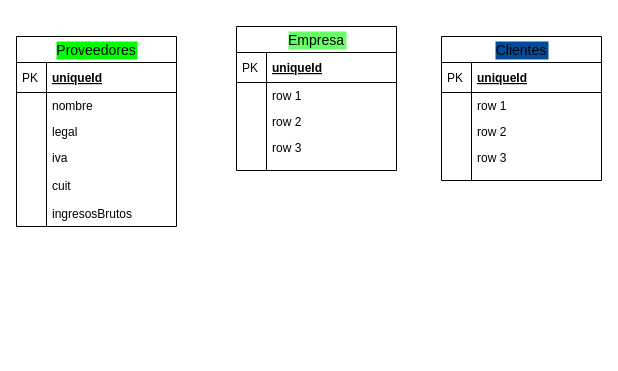
The draw.io diagram Untitled Diagram.drawio in nataliaMarzec/sac, before the edit. Source tidied: cells renumbered, new cells numbered last; positions are measured from the earlier drawing's top-left corner, leaving out a move shared by most shapes. Both pictures are drawn from the tidied source at 100%, with x=0, y=0 at pixel (16, 26).
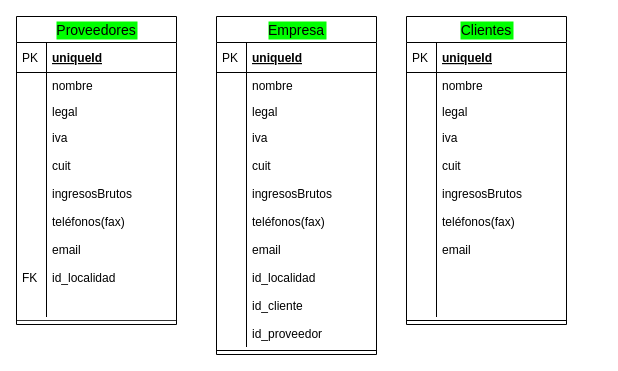
The same page after the edit.

Change to the diagram source:
```diff
@@
-    <mxCell id="2" value="Clientes" style="swimlane;fontStyle=0;horizontal=1;startSize=26;align=center;fontSize=14;labelBackgroundColor=#004C99;" parent="1" vertex="1">
-      <mxGeometry x="425" y="10" width="160" height="144" as="geometry" />
-    </mxCell>
-    <mxCell id="3" value="uniqueId" style="shape=partialRectangle;top=0;left=0;right=0;bottom=1;align=left;verticalAlign=middle;fillColor=none;spacingLeft=34;spacingRight=4;overflow=hidden;fontStyle=5;fontSize=12;" parent="2" vertex="1">
-      <mxGeometry y="26" width="160" height="30" as="geometry" />
-    </mxCell>
-    <mxCell id="4" value="PK" style="shape=partialRectangle;top=0;left=0;bottom=0;fillColor=none;align=left;verticalAlign=middle;spacingLeft=4;spacingRight=4;overflow=hidden;fontSize=12;" parent="3" vertex="1">
-      <mxGeometry width="30" height="30" as="geometry" />
-    </mxCell>
-    <mxCell id="5" value="row 1" style="shape=partialRectangle;top=0;left=0;right=0;bottom=0;align=left;verticalAlign=top;fillColor=none;spacingLeft=34;spacingRight=4;overflow=hidden;fontSize=12;" parent="2" vertex="1">
-      <mxGeometry y="56" width="160" height="26" as="geometry" />
-    </mxCell>
-    <mxCell id="6" style="shape=partialRectangle;top=0;left=0;bottom=0;fillColor=none;align=left;verticalAlign=top;spacingLeft=4;spacingRight=4;overflow=hidden;fontSize=12;" parent="5" vertex="1">
-      <mxGeometry width="30" height="26" as="geometry" />
-    </mxCell>
-    <mxCell id="7" value="row 2" style="shape=partialRectangle;top=0;left=0;right=0;bottom=0;align=left;verticalAlign=top;fillColor=none;spacingLeft=34;spacingRight=4;overflow=hidden;fontSize=12;" parent="2" vertex="1">
-      <mxGeometry y="82" width="160" height="26" as="geometry" />
-    </mxCell>
-    <mxCell id="8" style="shape=partialRectangle;top=0;left=0;bottom=0;fillColor=none;align=left;verticalAlign=top;spacingLeft=4;spacingRight=4;overflow=hidden;fontSize=12;" parent="7" vertex="1">
-      <mxGeometry width="30" height="26" as="geometry" />
-    </mxCell>
-    <mxCell id="9" value="row 3" style="shape=partialRectangle;top=0;left=0;right=0;bottom=0;align=left;verticalAlign=top;fillColor=none;spacingLeft=34;spacingRight=4;overflow=hidden;fontSize=12;" parent="2" vertex="1">
-      <mxGeometry y="108" width="160" height="26" as="geometry" />
-    </mxCell>
-    <mxCell id="10" style="shape=partialRectangle;top=0;left=0;bottom=0;fillColor=none;align=left;verticalAlign=top;spacingLeft=4;spacingRight=4;overflow=hidden;fontSize=12;" parent="9" vertex="1">
-      <mxGeometry width="30" height="26" as="geometry" />
-    </mxCell>
-    <mxCell id="11" style="shape=partialRectangle;top=0;left=0;right=0;bottom=0;align=left;verticalAlign=top;fillColor=none;spacingLeft=34;spacingRight=4;overflow=hidden;fontSize=12;" parent="2" vertex="1">
-      <mxGeometry y="134" width="160" height="10" as="geometry" />
-    </mxCell>
-    <mxCell id="12" style="shape=partialRectangle;top=0;left=0;bottom=0;fillColor=none;align=left;verticalAlign=top;spacingLeft=4;spacingRight=4;overflow=hidden;fontSize=12;" parent="11" vertex="1">
-      <mxGeometry width="30" height="10" as="geometry" />
-    </mxCell>
-    <mxCell id="13" value="Empresa" style="swimlane;fontStyle=0;horizontal=1;startSize=26;align=center;fontSize=14;labelBackgroundColor=#66FF66;" parent="1" vertex="1">
-      <mxGeometry x="220" width="160" height="144" as="geometry" />
-    </mxCell>
-    <mxCell id="14" value="uniqueId" style="shape=partialRectangle;top=0;left=0;right=0;bottom=1;align=left;verticalAlign=middle;fillColor=none;spacingLeft=34;spacingRight=4;overflow=hidden;fontStyle=5;fontSize=12;" parent="13" vertex="1">
-      <mxGeometry y="26" width="160" height="30" as="geometry" />
-    </mxCell>
-    <mxCell id="15" value="PK" style="shape=partialRectangle;top=0;left=0;bottom=0;fillColor=none;align=left;verticalAlign=middle;spacingLeft=4;spacingRight=4;overflow=hidden;fontSize=12;" parent="14" vertex="1">
-      <mxGeometry width="30" height="30" as="geometry" />
-    </mxCell>
-    <mxCell id="16" value="row 1" style="shape=partialRectangle;top=0;left=0;right=0;bottom=0;align=left;verticalAlign=top;fillColor=none;spacingLeft=34;spacingRight=4;overflow=hidden;fontSize=12;" parent="13" vertex="1">
-      <mxGeometry y="56" width="160" height="26" as="geometry" />
-    </mxCell>
-    <mxCell id="17" style="shape=partialRectangle;top=0;left=0;bottom=0;fillColor=none;align=left;verticalAlign=top;spacingLeft=4;spacingRight=4;overflow=hidden;fontSize=12;" parent="16" vertex="1">
-      <mxGeometry width="30" height="26" as="geometry" />
-    </mxCell>
-    <mxCell id="18" value="row 2" style="shape=partialRectangle;top=0;left=0;right=0;bottom=0;align=left;verticalAlign=top;fillColor=none;spacingLeft=34;spacingRight=4;overflow=hidden;fontSize=12;" parent="13" vertex="1">
-      <mxGeometry y="82" width="160" height="26" as="geometry" />
-    </mxCell>
-    <mxCell id="19" style="shape=partialRectangle;top=0;left=0;bottom=0;fillColor=none;align=left;verticalAlign=top;spacingLeft=4;spacingRight=4;overflow=hidden;fontSize=12;" parent="18" vertex="1">
-      <mxGeometry width="30" height="26" as="geometry" />
-    </mxCell>
-    <mxCell id="20" value="row 3" style="shape=partialRectangle;top=0;left=0;right=0;bottom=0;align=left;verticalAlign=top;fillColor=none;spacingLeft=34;spacingRight=4;overflow=hidden;fontSize=12;" parent="13" vertex="1">
-      <mxGeometry y="108" width="160" height="26" as="geometry" />
-    </mxCell>
-    <mxCell id="21" style="shape=partialRectangle;top=0;left=0;bottom=0;fillColor=none;align=left;verticalAlign=top;spacingLeft=4;spacingRight=4;overflow=hidden;fontSize=12;" parent="20" vertex="1">
-      <mxGeometry width="30" height="26" as="geometry" />
-    </mxCell>
-    <mxCell id="22" style="shape=partialRectangle;top=0;left=0;right=0;bottom=0;align=left;verticalAlign=top;fillColor=none;spacingLeft=34;spacingRight=4;overflow=hidden;fontSize=12;" parent="13" vertex="1">
-      <mxGeometry y="134" width="160" height="10" as="geometry" />
-    </mxCell>
-    <mxCell id="23" style="shape=partialRectangle;top=0;left=0;bottom=0;fillColor=none;align=left;verticalAlign=top;spacingLeft=4;spacingRight=4;overflow=hidden;fontSize=12;" parent="22" vertex="1">
-      <mxGeometry width="30" height="10" as="geometry" />
-    </mxCell>
     <mxCell id="24" value="Proveedores" style="swimlane;fontStyle=0;horizontal=1;startSize=26;align=center;fontSize=14;labelBackgroundColor=#00FF00;" parent="1" vertex="1">
-      <mxGeometry y="10" width="160" height="190" as="geometry" />
+      <mxGeometry y="-10" width="160" height="308" as="geometry" />
     </mxCell>
@@
-    <mxCell id="31" value="iva&#10;&#10;cuit&#10;&#10;ingresosBrutos" style="shape=partialRectangle;top=0;left=0;right=0;bottom=0;align=left;verticalAlign=top;fillColor=none;spacingLeft=34;spacingRight=4;overflow=hidden;fontSize=12;" parent="24" vertex="1">
-      <mxGeometry y="108" width="160" height="82" as="geometry" />
+    <mxCell id="31" value="iva&#10;&#10;cuit&#10;&#10;ingresosBrutos&#10;&#10;teléfonos(fax)&#10;&#10;email&#10;&#10;id_localidad&#10;" style="shape=partialRectangle;top=0;left=0;right=0;bottom=0;align=left;verticalAlign=top;fillColor=none;spacingLeft=34;spacingRight=4;overflow=hidden;fontSize=12;" parent="24" vertex="1">
+      <mxGeometry y="108" width="160" height="192" as="geometry" />
     </mxCell>
-    <mxCell id="32" style="shape=partialRectangle;top=0;left=0;bottom=0;fillColor=none;align=left;verticalAlign=top;spacingLeft=4;spacingRight=4;overflow=hidden;fontSize=12;" parent="31" vertex="1">
-      <mxGeometry width="30" height="82" as="geometry" />
+    <mxCell id="32" value="&#10;&#10;&#10;&#10;&#10;&#10;&#10;&#10;&#10;&#10;FK" style="shape=partialRectangle;top=0;left=0;bottom=0;fillColor=none;align=left;verticalAlign=top;spacingLeft=4;spacingRight=4;overflow=hidden;fontSize=12;" parent="31" vertex="1">
+      <mxGeometry width="30" height="192" as="geometry" />
     </mxCell>
+    <mxCell id="33" style="line;strokeWidth=1;fillColor=none;align=left;verticalAlign=middle;spacingTop=-1;spacingLeft=3;spacingRight=3;labelPosition=right;fontSize=12;labelBackgroundColor=#004C99;opacity=80;" parent="24" vertex="1">
+      <mxGeometry y="300" width="160" height="8" as="geometry" />
+    </mxCell>
+    <mxCell id="13" value="Empresa" style="swimlane;fontStyle=0;horizontal=1;startSize=26;align=center;fontSize=14;labelBackgroundColor=#00FF00;" parent="1" vertex="1">
+      <mxGeometry x="200" y="-10" width="160" height="338" as="geometry" />
+    </mxCell>
+    <mxCell id="34" value="uniqueId" style="shape=partialRectangle;top=0;left=0;right=0;bottom=1;align=left;verticalAlign=middle;fillColor=none;spacingLeft=34;spacingRight=4;overflow=hidden;fontStyle=5;fontSize=12;" parent="13" vertex="1">
+      <mxGeometry y="26" width="160" height="30" as="geometry" />
+    </mxCell>
+    <mxCell id="35" value="PK" style="shape=partialRectangle;top=0;left=0;bottom=0;fillColor=none;align=left;verticalAlign=middle;spacingLeft=4;spacingRight=4;overflow=hidden;fontSize=12;" parent="34" vertex="1">
+      <mxGeometry width="30" height="30" as="geometry" />
+    </mxCell>
+    <mxCell id="36" value="nombre&#10;" style="shape=partialRectangle;top=0;left=0;right=0;bottom=0;align=left;verticalAlign=top;fillColor=none;spacingLeft=34;spacingRight=4;overflow=hidden;fontSize=12;" parent="13" vertex="1">
+      <mxGeometry y="56" width="160" height="26" as="geometry" />
+    </mxCell>
+    <mxCell id="37" style="shape=partialRectangle;top=0;left=0;bottom=0;fillColor=none;align=left;verticalAlign=top;spacingLeft=4;spacingRight=4;overflow=hidden;fontSize=12;" parent="36" vertex="1">
+      <mxGeometry width="30" height="26" as="geometry" />
+    </mxCell>
+    <mxCell id="38" value="legal" style="shape=partialRectangle;top=0;left=0;right=0;bottom=0;align=left;verticalAlign=top;fillColor=none;spacingLeft=34;spacingRight=4;overflow=hidden;fontSize=12;" parent="13" vertex="1">
+      <mxGeometry y="82" width="160" height="26" as="geometry" />
+    </mxCell>
+    <mxCell id="39" style="shape=partialRectangle;top=0;left=0;bottom=0;fillColor=none;align=left;verticalAlign=top;spacingLeft=4;spacingRight=4;overflow=hidden;fontSize=12;" parent="38" vertex="1">
+      <mxGeometry width="30" height="26" as="geometry" />
+    </mxCell>
+    <mxCell id="40" value="iva&#10;&#10;cuit&#10;&#10;ingresosBrutos&#10;&#10;teléfonos(fax)&#10;&#10;email&#10;&#10;id_localidad&#10;&#10;id_cliente&#10;&#10;id_proveedor&#10; " style="shape=partialRectangle;top=0;left=0;right=0;bottom=0;align=left;verticalAlign=top;fillColor=none;spacingLeft=34;spacingRight=4;overflow=hidden;fontSize=12;" parent="13" vertex="1">
+      <mxGeometry y="108" width="160" height="222" as="geometry" />
+    </mxCell>
+    <mxCell id="41" style="shape=partialRectangle;top=0;left=0;bottom=0;fillColor=none;align=left;verticalAlign=top;spacingLeft=4;spacingRight=4;overflow=hidden;fontSize=12;" parent="40" vertex="1">
+      <mxGeometry width="30" height="222" as="geometry" />
+    </mxCell>
+    <mxCell id="42" style="line;strokeWidth=1;fillColor=none;align=left;verticalAlign=middle;spacingTop=-1;spacingLeft=3;spacingRight=3;labelPosition=right;fontSize=12;labelBackgroundColor=#004C99;" parent="13" vertex="1">
+      <mxGeometry y="330" width="160" height="8" as="geometry" />
+    </mxCell>
+    <mxCell id="2" value="Clientes" style="swimlane;fontStyle=0;horizontal=1;startSize=26;align=center;fontSize=14;labelBackgroundColor=#00FF00;" parent="1" vertex="1">
+      <mxGeometry x="390" y="-10" width="160" height="308" as="geometry" />
+    </mxCell>
+    <mxCell id="43" value="uniqueId" style="shape=partialRectangle;top=0;left=0;right=0;bottom=1;align=left;verticalAlign=middle;fillColor=none;spacingLeft=34;spacingRight=4;overflow=hidden;fontStyle=5;fontSize=12;" parent="2" vertex="1">
+      <mxGeometry y="26" width="160" height="30" as="geometry" />
+    </mxCell>
+    <mxCell id="44" value="PK" style="shape=partialRectangle;top=0;left=0;bottom=0;fillColor=none;align=left;verticalAlign=middle;spacingLeft=4;spacingRight=4;overflow=hidden;fontSize=12;" parent="43" vertex="1">
+      <mxGeometry width="30" height="30" as="geometry" />
+    </mxCell>
+    <mxCell id="45" value="nombre&#10;" style="shape=partialRectangle;top=0;left=0;right=0;bottom=0;align=left;verticalAlign=top;fillColor=none;spacingLeft=34;spacingRight=4;overflow=hidden;fontSize=12;" parent="2" vertex="1">
+      <mxGeometry y="56" width="160" height="26" as="geometry" />
+    </mxCell>
+    <mxCell id="46" style="shape=partialRectangle;top=0;left=0;bottom=0;fillColor=none;align=left;verticalAlign=top;spacingLeft=4;spacingRight=4;overflow=hidden;fontSize=12;" parent="45" vertex="1">
+      <mxGeometry width="30" height="26" as="geometry" />
+    </mxCell>
+    <mxCell id="47" value="legal" style="shape=partialRectangle;top=0;left=0;right=0;bottom=0;align=left;verticalAlign=top;fillColor=none;spacingLeft=34;spacingRight=4;overflow=hidden;fontSize=12;" parent="2" vertex="1">
+      <mxGeometry y="82" width="160" height="26" as="geometry" />
+    </mxCell>
+    <mxCell id="48" style="shape=partialRectangle;top=0;left=0;bottom=0;fillColor=none;align=left;verticalAlign=top;spacingLeft=4;spacingRight=4;overflow=hidden;fontSize=12;" parent="47" vertex="1">
+      <mxGeometry width="30" height="26" as="geometry" />
+    </mxCell>
+    <mxCell id="49" value="iva&#10;&#10;cuit&#10;&#10;ingresosBrutos&#10;&#10;teléfonos(fax)&#10;&#10;email" style="shape=partialRectangle;top=0;left=0;right=0;bottom=0;align=left;verticalAlign=top;fillColor=none;spacingLeft=34;spacingRight=4;overflow=hidden;fontSize=12;" parent="2" vertex="1">
+      <mxGeometry y="108" width="160" height="192" as="geometry" />
+    </mxCell>
+    <mxCell id="50" style="shape=partialRectangle;top=0;left=0;bottom=0;fillColor=none;align=left;verticalAlign=top;spacingLeft=4;spacingRight=4;overflow=hidden;fontSize=12;" parent="49" vertex="1">
+      <mxGeometry width="30" height="192" as="geometry" />
+    </mxCell>
+    <mxCell id="51" style="line;strokeWidth=1;fillColor=none;align=left;verticalAlign=middle;spacingTop=-1;spacingLeft=3;spacingRight=3;labelPosition=right;fontSize=12;labelBackgroundColor=#004C99;" parent="2" vertex="1">
+      <mxGeometry y="300" width="160" height="8" as="geometry" />
+    </mxCell>
```
